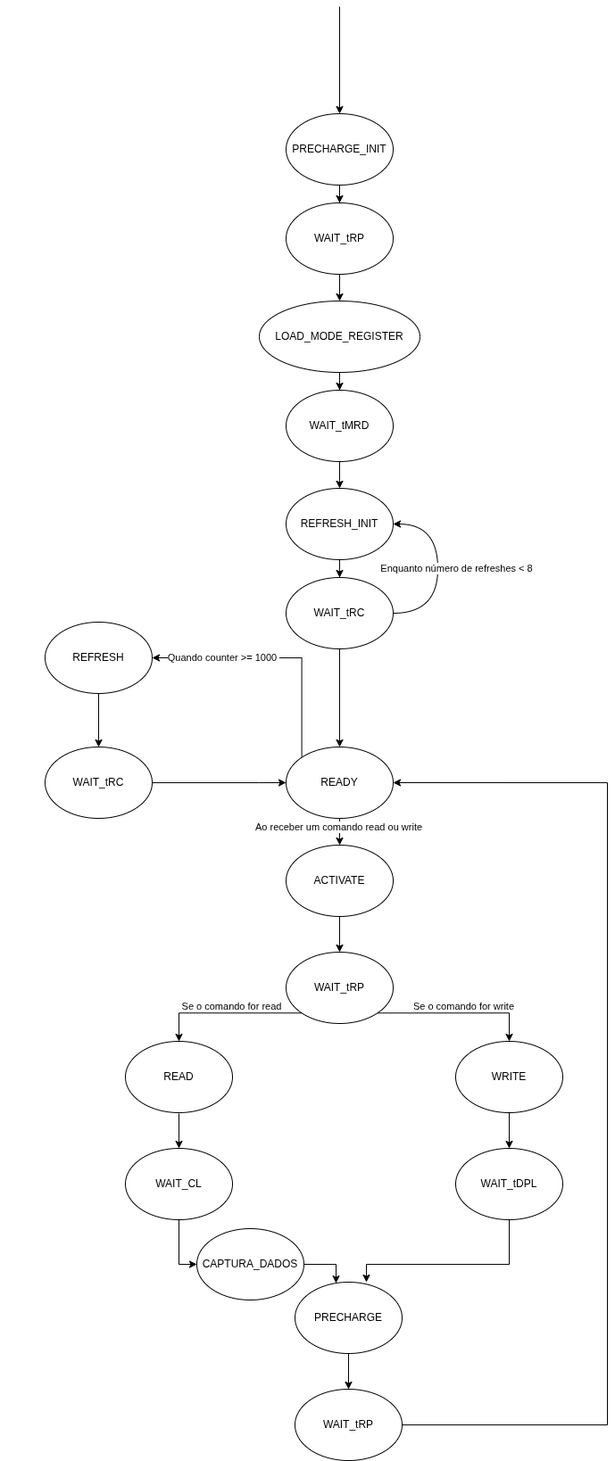
Okynaua/MC613 keeps this draw.io diagram as DRAM_CONTROLLER/SCHEMAS/DRAM Controller State Machine.png. Above is the earlier version. Source tidied: cells renumbered, new cells last; positions are measured from the earlier drawing's top-left corner, leaving out a move shared by most shapes.
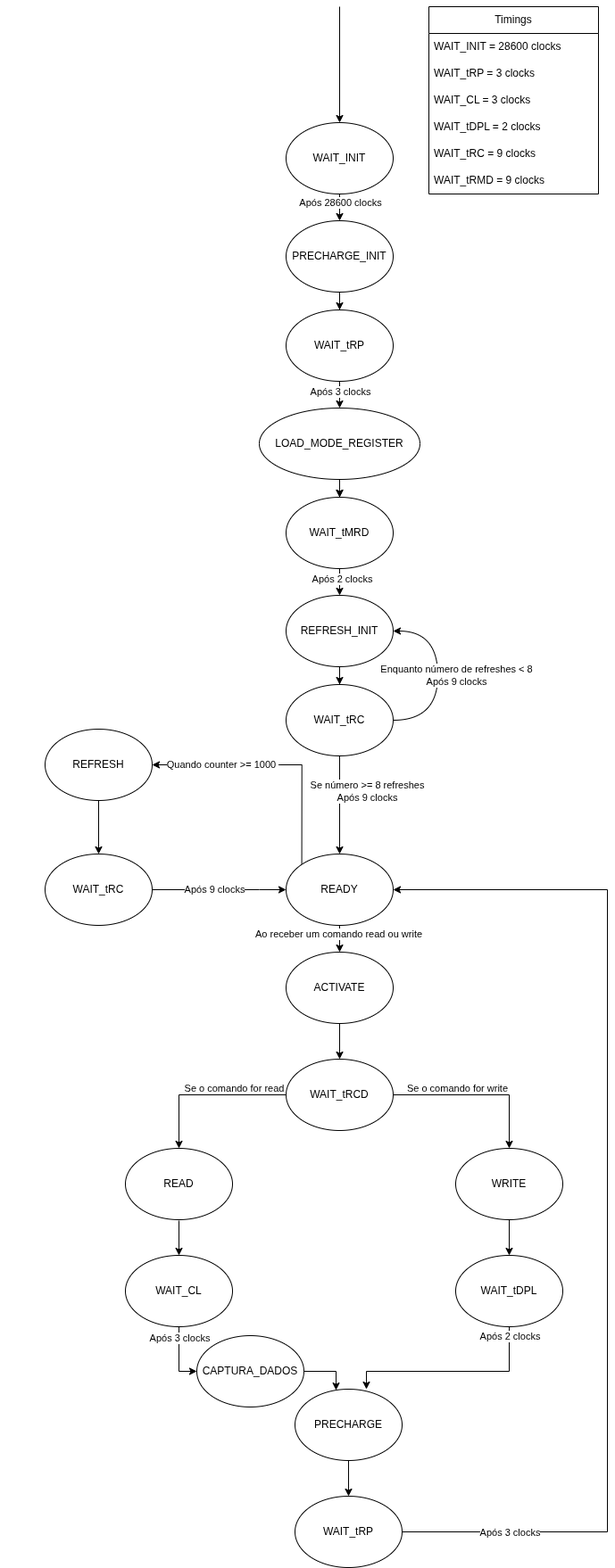
After the commit.

Commit message:
fix: Add timings in clocks

What changed in the source:
```diff
@@ -10,6 +10,11 @@
         <mxPoint x="380" y="720" as="sourcePoint" />
       </mxGeometry>
     </mxCell>
+    <mxCell id="47" value="Se número &amp;gt;= 8 refreshes&lt;div&gt;Após 9 clocks&lt;/div&gt;" style="edgeLabel;html=1;align=center;verticalAlign=middle;" parent="3" vertex="1">
+      <mxGeometry x="-0.26" relative="1" as="geometry">
+        <mxPoint x="30" y="-1" as="offset" />
+      </mxGeometry>
+    </mxCell>
     <mxCell id="4" value="Quando counter &amp;gt;= 1000&amp;nbsp;" style="edgeStyle=orthogonalEdgeStyle;rounded=0;jettySize=auto;html=1;exitX=0;exitY=0;exitDx=0;exitDy=0;entryX=1;entryY=0.5;entryDx=0;entryDy=0;" parent="1" edge="1" source="7" target="20">
       <mxGeometry x="0.43" relative="1" as="geometry">
         <Array as="points">
@@ -26,27 +31,31 @@
     <mxCell id="7" value="READY" style="ellipse;whiteSpace=wrap;html=1;" parent="1" vertex="1">
       <mxGeometry x="320" y="830" width="120" height="80" as="geometry" />
     </mxCell>
-    <mxCell id="8" style="edgeStyle=orthogonalEdgeStyle;rounded=0;jettySize=auto;html=1;exitX=0;exitY=1;exitDx=0;exitDy=0;entryX=0.5;entryY=0;entryDx=0;entryDy=0;" parent="1" edge="1" source="12" target="14">
-      <mxGeometry relative="1" as="geometry" />
+    <mxCell id="8" style="edgeStyle=orthogonalEdgeStyle;rounded=0;jettySize=auto;html=1;exitX=0;exitY=0.5;exitDx=0;exitDy=0;entryX=0.5;entryY=0;entryDx=0;entryDy=0;" parent="1" edge="1" source="12" target="14">
+      <mxGeometry relative="1" as="geometry">
+        <Array as="points">
+          <mxPoint x="200" y="1100" />
+        </Array>
+      </mxGeometry>
     </mxCell>
     <mxCell id="9" value="&lt;div&gt;&lt;span style=&quot;background-color: light-dark(#ffffff, var(--ge-dark-color, #121212)); color: light-dark(rgb(0, 0, 0), rgb(255, 255, 255));&quot;&gt;Se o comando for read&lt;/span&gt;&lt;/div&gt;" style="edgeLabel;html=1;align=center;verticalAlign=middle;" parent="8" vertex="1">
       <mxGeometry x="-0.58" y="-1" relative="1" as="geometry">
-        <mxPoint x="-43" y="-7" as="offset" />
+        <mxPoint x="-22" y="-7" as="offset" />
       </mxGeometry>
     </mxCell>
-    <mxCell id="10" style="edgeStyle=orthogonalEdgeStyle;rounded=0;jettySize=auto;html=1;exitX=1;exitY=1;exitDx=0;exitDy=0;entryX=0.5;entryY=0;entryDx=0;entryDy=0;" parent="1" edge="1" source="12" target="16">
+    <mxCell id="10" style="edgeStyle=orthogonalEdgeStyle;rounded=0;jettySize=auto;html=1;exitX=1;exitY=0.5;exitDx=0;exitDy=0;entryX=0.5;entryY=0;entryDx=0;entryDy=0;" parent="1" edge="1" source="12" target="16">
       <mxGeometry relative="1" as="geometry">
         <Array as="points">
-          <mxPoint x="570" y="1128" />
+          <mxPoint x="570" y="1100" />
         </Array>
       </mxGeometry>
     </mxCell>
     <mxCell id="11" value="&lt;div&gt;&lt;span style=&quot;background-color: light-dark(#ffffff, var(--ge-dark-color, #121212)); color: light-dark(rgb(0, 0, 0), rgb(255, 255, 255));&quot;&gt;Se o comando for write&lt;/span&gt;&lt;/div&gt;" style="edgeLabel;html=1;align=center;verticalAlign=middle;" parent="10" vertex="1">
       <mxGeometry x="-0.07" y="1" relative="1" as="geometry">
-        <mxPoint x="13" y="-7" as="offset" />
+        <mxPoint x="-18" y="-7" as="offset" />
       </mxGeometry>
     </mxCell>
-    <mxCell id="12" value="WAIT_tRP" style="ellipse;whiteSpace=wrap;html=1;" parent="1" vertex="1">
+    <mxCell id="12" value="WAIT_tRCD" style="ellipse;whiteSpace=wrap;html=1;" parent="1" vertex="1">
       <mxGeometry x="320" y="1060" width="120" height="80" as="geometry" />
     </mxCell>
     <mxCell id="13" style="edgeStyle=orthogonalEdgeStyle;rounded=0;jettySize=auto;html=1;entryX=0.5;entryY=0;entryDx=0;entryDy=0;" parent="1" edge="1" target="25">
@@ -91,6 +100,9 @@
         </Array>
       </mxGeometry>
     </mxCell>
+    <mxCell id="48" value="Após 9 clocks" style="edgeLabel;html=1;align=center;verticalAlign=middle;" parent="21" vertex="1">
+      <mxGeometry x="-0.07" y="1" relative="1" as="geometry" />
+    </mxCell>
     <mxCell id="22" value="WAIT_tRC" style="ellipse;whiteSpace=wrap;html=1;" parent="1" vertex="1">
       <mxGeometry x="50" y="830" width="120" height="80" as="geometry" />
     </mxCell>
@@ -106,6 +118,11 @@
         </Array>
       </mxGeometry>
     </mxCell>
+    <mxCell id="49" value="Após 2 clocks" style="edgeLabel;html=1;align=center;verticalAlign=middle;" parent="24" vertex="1">
+      <mxGeometry x="-0.87" y="-1" relative="1" as="geometry">
+        <mxPoint x="1" y="-5" as="offset" />
+      </mxGeometry>
+    </mxCell>
     <mxCell id="25" value="WAIT_CL" style="ellipse;whiteSpace=wrap;html=1;" parent="1" vertex="1">
       <mxGeometry x="140" y="1280" width="120" height="80" as="geometry" />
     </mxCell>
@@ -116,6 +133,11 @@
         </Array>
       </mxGeometry>
     </mxCell>
+    <mxCell id="50" value="Após 3 clocks" style="edgeLabel;html=1;align=center;verticalAlign=middle;" parent="26" vertex="1">
+      <mxGeometry x="-0.62" y="-1" relative="1" as="geometry">
+        <mxPoint x="1" y="-3" as="offset" />
+      </mxGeometry>
+    </mxCell>
     <mxCell id="27" style="edgeStyle=orthogonalEdgeStyle;rounded=0;jettySize=auto;html=1;entryX=0.5;entryY=0;entryDx=0;entryDy=0;" parent="1" edge="1" source="28" target="12">
       <mxGeometry relative="1" as="geometry" />
     </mxCell>
@@ -135,11 +157,6 @@
     <mxCell id="31" style="edgeStyle=orthogonalEdgeStyle;rounded=0;jettySize=auto;html=1;" parent="1" edge="1" source="33" target="41">
       <mxGeometry relative="1" as="geometry" />
     </mxCell>
-    <mxCell id="32" style="edgeStyle=orthogonalEdgeStyle;rounded=0;jettySize=auto;html=1;endArrow=none;endFill=0;startArrow=classic;startFill=1;" parent="1" edge="1" source="33">
-      <mxGeometry relative="1" as="geometry">
-        <mxPoint x="380" as="targetPoint" />
-      </mxGeometry>
-    </mxCell>
     <mxCell id="33" value="PRECHARGE_INIT" style="ellipse;whiteSpace=wrap;html=1;" parent="1" vertex="1">
       <mxGeometry x="320" y="120" width="120" height="80" as="geometry" />
     </mxCell>
@@ -157,7 +174,7 @@
         </Array>
       </mxGeometry>
     </mxCell>
-    <mxCell id="37" value="Enquanto número de refreshes &amp;lt; 8" style="edgeLabel;html=1;align=center;verticalAlign=middle;" parent="36" vertex="1">
+    <mxCell id="37" value="Enquanto número de refreshes &amp;lt; 8&lt;div&gt;Após 9 clocks&lt;/div&gt;" style="edgeLabel;html=1;align=center;verticalAlign=middle;" parent="36" vertex="1">
       <mxGeometry x="0.3" y="-3" relative="1" as="geometry">
         <mxPoint x="17" y="30" as="offset" />
       </mxGeometry>
@@ -170,6 +187,11 @@
         </Array>
       </mxGeometry>
     </mxCell>
+    <mxCell id="51" value="Após 3 clocks" style="edgeLabel;html=1;align=center;verticalAlign=middle;" parent="38" vertex="1">
+      <mxGeometry x="-0.82" y="3" relative="1" as="geometry">
+        <mxPoint x="11" y="3" as="offset" />
+      </mxGeometry>
+    </mxCell>
     <mxCell id="39" value="WAIT_tRP" style="ellipse;whiteSpace=wrap;html=1;" parent="1" vertex="1">
       <mxGeometry x="330" y="1550" width="120" height="80" as="geometry" />
     </mxCell>
@@ -182,17 +204,67 @@
     <mxCell id="42" style="edgeStyle=orthogonalEdgeStyle;rounded=0;jettySize=auto;html=1;" parent="1" edge="1" source="43" target="45">
       <mxGeometry relative="1" as="geometry" />
     </mxCell>
+    <mxCell id="52" value="Após 3 clocks" style="edgeLabel;html=1;align=center;verticalAlign=middle;" parent="42" vertex="1">
+      <mxGeometry x="0.17" y="-1" relative="1" as="geometry">
+        <mxPoint x="-1" y="-105" as="offset" />
+      </mxGeometry>
+    </mxCell>
+    <mxCell id="53" style="edgeStyle=orthogonalEdgeStyle;rounded=0;jettySize=auto;html=1;" parent="1" edge="1" source="43" target="45">
+      <mxGeometry relative="1" as="geometry" />
+    </mxCell>
     <mxCell id="43" value="LOAD_MODE_REGISTER" style="ellipse;whiteSpace=wrap;html=1;" parent="1" vertex="1">
       <mxGeometry x="290" y="330" width="180" height="80" as="geometry" />
     </mxCell>
     <mxCell id="44" style="edgeStyle=orthogonalEdgeStyle;rounded=0;jettySize=auto;html=1;" parent="1" edge="1" source="45" target="35">
       <mxGeometry relative="1" as="geometry" />
     </mxCell>
+    <mxCell id="54" value="Após 2 clocks" style="edgeLabel;html=1;align=center;verticalAlign=middle;" parent="44" vertex="1">
+      <mxGeometry x="-0.66" y="-2" relative="1" as="geometry">
+        <mxPoint x="4" y="2" as="offset" />
+      </mxGeometry>
+    </mxCell>
     <mxCell id="45" value="WAIT_tMRD" style="ellipse;whiteSpace=wrap;html=1;" parent="1" vertex="1">
       <mxGeometry x="320" y="430" width="120" height="80" as="geometry" />
     </mxCell>
     <mxCell id="46" value="WAIT_tRC" style="ellipse;whiteSpace=wrap;html=1;" parent="1" vertex="1">
       <mxGeometry x="320" y="640" width="120" height="80" as="geometry" />
     </mxCell>
+    <mxCell id="55" style="edgeStyle=orthogonalEdgeStyle;rounded=0;jettySize=auto;html=1;" parent="1" edge="1" source="58" target="33">
+      <mxGeometry relative="1" as="geometry" />
+    </mxCell>
+    <mxCell id="56" value="Após 28600 clocks" style="edgeLabel;html=1;align=center;verticalAlign=middle;" parent="55" vertex="1">
+      <mxGeometry x="-0.49" relative="1" as="geometry">
+        <mxPoint y="-3" as="offset" />
+      </mxGeometry>
+    </mxCell>
+    <mxCell id="57" style="edgeStyle=orthogonalEdgeStyle;rounded=0;jettySize=auto;html=1;startArrow=classic;startFill=1;endArrow=none;endFill=0;" parent="1" edge="1" source="58">
+      <mxGeometry relative="1" as="geometry">
+        <mxPoint x="380" y="-120" as="targetPoint" />
+      </mxGeometry>
+    </mxCell>
+    <mxCell id="58" value="WAIT_INIT" style="ellipse;whiteSpace=wrap;html=1;" parent="1" vertex="1">
+      <mxGeometry x="320" y="10" width="120" height="80" as="geometry" />
+    </mxCell>
+    <mxCell id="59" value="Timings" style="swimlane;fontStyle=0;horizontal=1;startSize=30;whiteSpace=wrap;html=1;" parent="1" vertex="1">
+      <mxGeometry x="480" y="-120" width="190" height="210" as="geometry" />
+    </mxCell>
+    <mxCell id="60" value="WAIT_INIT =&amp;nbsp;28600 clocks" style="text;strokeColor=none;fillColor=none;align=left;verticalAlign=middle;spacingLeft=4;spacingRight=4;overflow=hidden;whiteSpace=wrap;html=1;" parent="59" vertex="1">
+      <mxGeometry y="30" width="190" height="30" as="geometry" />
+    </mxCell>
+    <mxCell id="61" value="WAIT_tRP = 3 clocks" style="text;strokeColor=none;fillColor=none;align=left;verticalAlign=middle;spacingLeft=4;spacingRight=4;overflow=hidden;whiteSpace=wrap;html=1;" parent="59" vertex="1">
+      <mxGeometry y="60" width="190" height="30" as="geometry" />
+    </mxCell>
+    <mxCell id="62" value="WAIT_CL = 3 clocks" style="text;strokeColor=none;fillColor=none;align=left;verticalAlign=middle;spacingLeft=4;spacingRight=4;overflow=hidden;whiteSpace=wrap;html=1;" parent="59" vertex="1">
+      <mxGeometry y="90" width="190" height="30" as="geometry" />
+    </mxCell>
+    <mxCell id="63" value="WAIT_tDPL = 2 clocks" style="text;strokeColor=none;fillColor=none;align=left;verticalAlign=middle;spacingLeft=4;spacingRight=4;overflow=hidden;whiteSpace=wrap;html=1;" parent="59" vertex="1">
+      <mxGeometry y="120" width="190" height="30" as="geometry" />
+    </mxCell>
+    <mxCell id="64" value="WAIT_tRC = 9 clocks" style="text;strokeColor=none;fillColor=none;align=left;verticalAlign=middle;spacingLeft=4;spacingRight=4;overflow=hidden;whiteSpace=wrap;html=1;" parent="59" vertex="1">
+      <mxGeometry y="150" width="190" height="30" as="geometry" />
+    </mxCell>
+    <mxCell id="65" value="WAIT_tRMD = 9 clocks" style="text;strokeColor=none;fillColor=none;align=left;verticalAlign=middle;spacingLeft=4;spacingRight=4;overflow=hidden;whiteSpace=wrap;html=1;" parent="59" vertex="1">
+      <mxGeometry y="180" width="190" height="30" as="geometry" />
+    </mxCell>
   </root>
 </mxGraphModel>
```
